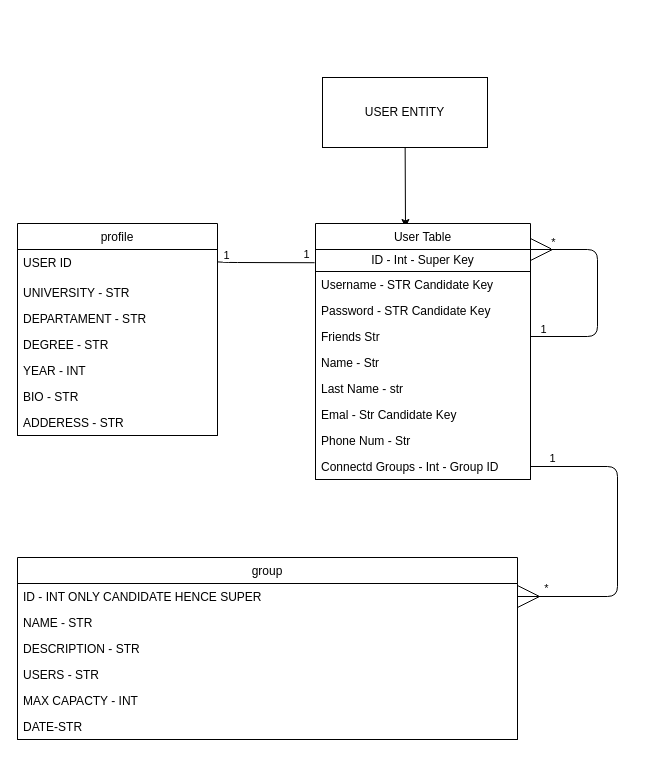
Above: documents/ERD.drawio in nadavsuissa/WeStudent (draw.io), before the change. Source tidied: cells renumbered, new cells numbered last; positions are measured from the earlier drawing's top-left corner, leaving out a move shared by most shapes. Both pictures are drawn from the tidied source at 100%, with x=0, y=0 at pixel (17, 77).
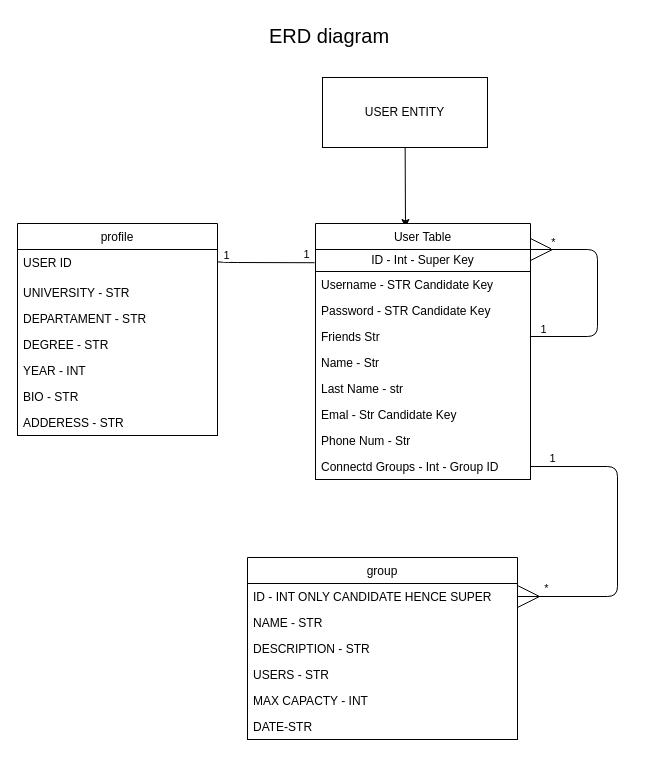
The same diagram, later.

Change to the diagram source:
```diff
@@
     <mxCell id="2" value="group" style="swimlane;fontStyle=0;horizontal=1;startSize=26;rounded=0;shadow=0;glass=0;comic=0;sketch=0;verticalAlign=top;" parent="1" vertex="1">
-      <mxGeometry y="480" width="500" height="182" as="geometry" />
+      <mxGeometry x="230" y="480" width="270" height="182" as="geometry" />
     </mxCell>
     <mxCell id="3" value="fun" style="swimlane;fontStyle=0;horizontal=1;startSize=0;rounded=0;shadow=0;glass=0;comic=0;sketch=0;verticalAlign=top;swimlaneLine=0;swimlaneFillColor=none;fillColor=none;noLabel=1;overflow=visible;fixDash=0;perimeter=rectanglePerimeter;" parent="2" vertex="1">
-      <mxGeometry y="26" width="500" height="156" as="geometry" />
+      <mxGeometry y="26" width="270" height="156" as="geometry" />
     </mxCell>
     <mxCell id="4" value="ID - INT ONLY CANDIDATE HENCE SUPER" style="text;strokeColor=none;fillColor=none;align=left;verticalAlign=top;spacingLeft=4;spacingRight=4;overflow=hidden;points=[[0,0.5],[1,0.5]];portConstraint=eastwest;" parent="3" vertex="1">
-      <mxGeometry width="500" height="26" as="geometry" />
+      <mxGeometry width="270" height="26" as="geometry" />
     </mxCell>
     <mxCell id="5" value="NAME - STR" style="text;strokeColor=none;fillColor=none;align=left;verticalAlign=top;spacingLeft=4;spacingRight=4;overflow=hidden;" parent="3" vertex="1">
-      <mxGeometry y="26" width="500" height="26" as="geometry" />
+      <mxGeometry y="26" width="270" height="26" as="geometry" />
     </mxCell>
     <mxCell id="6" value="DESCRIPTION - STR" style="text;strokeColor=none;fillColor=none;align=left;verticalAlign=top;spacingLeft=4;spacingRight=4;overflow=hidden;" parent="3" vertex="1">
-      <mxGeometry y="52" width="500" height="26" as="geometry" />
+      <mxGeometry y="52" width="270" height="26" as="geometry" />
     </mxCell>
     <mxCell id="7" value="USERS - STR" style="text;strokeColor=none;fillColor=none;align=left;verticalAlign=top;spacingLeft=4;spacingRight=4;overflow=hidden;" parent="3" vertex="1">
-      <mxGeometry y="78" width="500" height="26" as="geometry" />
+      <mxGeometry y="78" width="270" height="26" as="geometry" />
     </mxCell>
     <mxCell id="8" value="MAX CAPACTY - INT" style="text;strokeColor=none;fillColor=none;align=left;verticalAlign=top;spacingLeft=4;spacingRight=4;overflow=hidden;" parent="3" vertex="1">
-      <mxGeometry y="104" width="500" height="26" as="geometry" />
+      <mxGeometry y="104" width="270" height="26" as="geometry" />
     </mxCell>
     <mxCell id="9" value="DATE-STR" style="text;strokeColor=none;fillColor=none;align=left;verticalAlign=top;spacingLeft=4;spacingRight=4;overflow=hidden;" parent="3" vertex="1">
-      <mxGeometry y="130" width="500" height="26" as="geometry" />
+      <mxGeometry y="130" width="270" height="26" as="geometry" />
     </mxCell>
@@
+    <mxCell id="41" value="&lt;font style=&quot;font-size: 20px&quot;&gt;ERD diagram&lt;/font&gt;" style="text;whiteSpace=wrap;html=1;" parent="1" vertex="1">
+      <mxGeometry x="250" y="-60" width="240" height="30" as="geometry" />
+    </mxCell>
```
